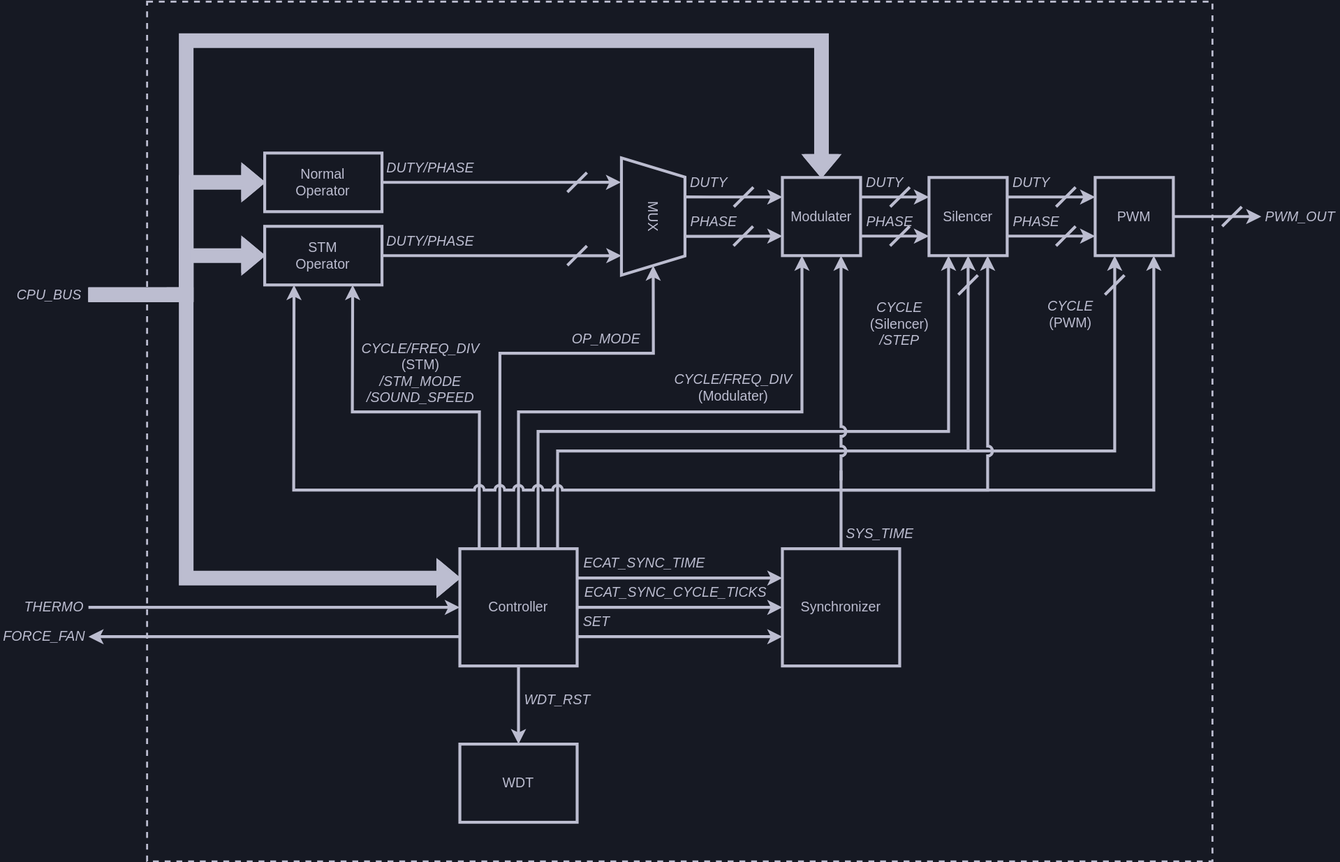
Before: docs/src/figs/overview.svg, a diagram exported from draw.io (shinolab/autd3-old-monorepo). Source tidied: cells renumbered, new cells last; positions are measured from the earlier drawing's top-left corner, leaving out a move shared by most shapes.
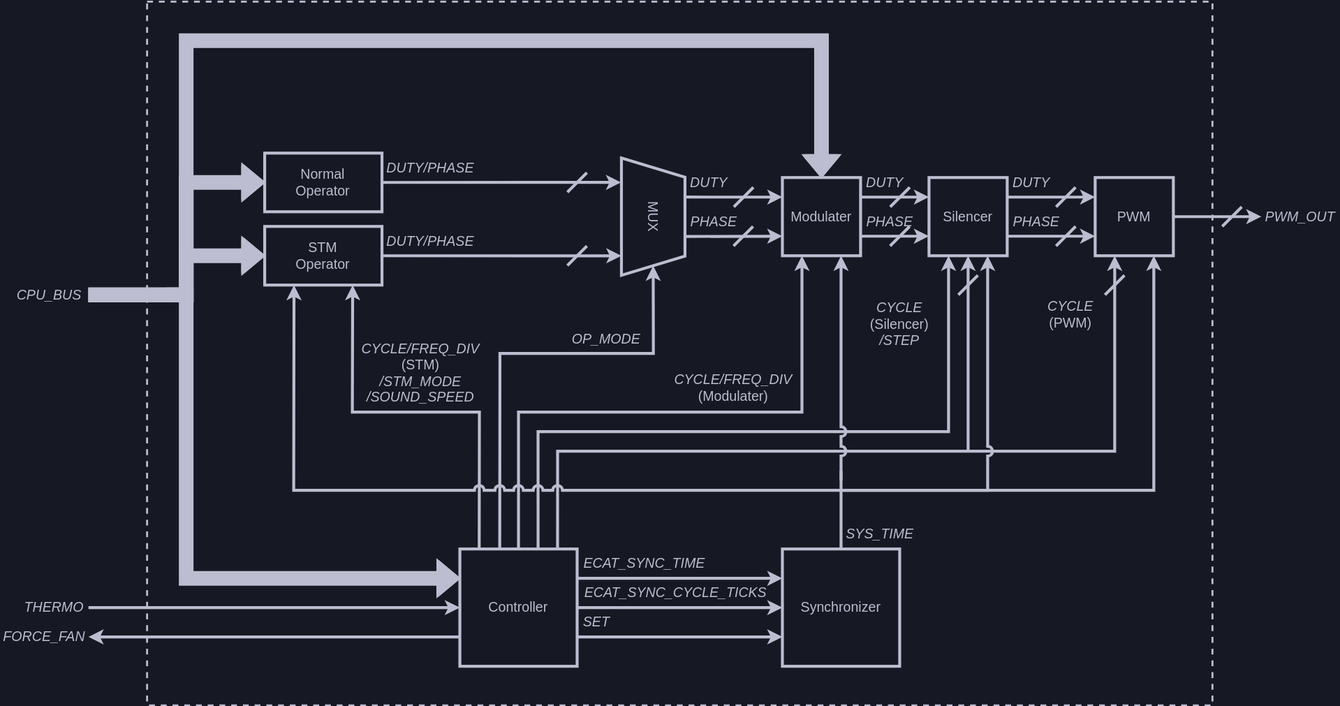
Above is the later version.

What changed in the source:
```diff
@@ -3,7 +3,7 @@
     <mxCell id="0" />
     <mxCell id="1" parent="0" />
     <mxCell id="2" style="rounded=0;whiteSpace=wrap;html=1;labelBackgroundColor=none;fontSize=14;fontColor=#BCBDD0;strokeColor=#bcbdd0;strokeWidth=2;fillColor=none;dashed=1;" parent="1" vertex="1">
-      <mxGeometry x="150" width="1090" height="880" as="geometry" />
+      <mxGeometry x="150" width="1090" height="720" as="geometry" />
     </mxCell>
     <mxCell id="3" value="PWM" style="rounded=0;whiteSpace=wrap;html=1;fillColor=none;strokeColor=#BCBDD0;fontColor=#BCBDD0;fontSize=14;strokeWidth=3;" parent="1" vertex="1">
       <mxGeometry x="1120" y="180" width="80" height="80" as="geometry" />
@@ -337,14 +337,5 @@
         <mxPoint x="860" y="480" as="targetPoint" />
       </mxGeometry>
     </mxCell>
-    <mxCell id="72" value="WDT" style="rounded=0;whiteSpace=wrap;html=1;fontFamily=Helvetica;fontSize=14;fontColor=#BCBDD0;strokeColor=#BCBDD0;strokeWidth=3;fillColor=none;" parent="1" vertex="1">
-      <mxGeometry x="470" y="760" width="120" height="80" as="geometry" />
-    </mxCell>
-    <mxCell id="73" style="endArrow=classic;html=1;rounded=0;labelBackgroundColor=default;fontFamily=Helvetica;fontSize=14;fontColor=#BCBDD0;strokeColor=#BCBDD0;strokeWidth=3;shape=connector;entryX=0.5;entryY=0;entryDx=0;entryDy=0;exitX=0.5;exitY=1;exitDx=0;exitDy=0;" parent="1" edge="1" source="25" target="72">
-      <mxGeometry relative="1" as="geometry" />
-    </mxCell>
-    <mxCell id="74" value="&lt;i style=&quot;font-size: 14px&quot;&gt;WDT_RST&lt;/i&gt;" style="text;html=1;strokeColor=none;fillColor=none;align=center;verticalAlign=middle;whiteSpace=wrap;rounded=0;fontFamily=Helvetica;fontSize=14;fontColor=#BCBDD0;" parent="1" vertex="1">
-      <mxGeometry x="530" y="700" width="80" height="30" as="geometry" />
-    </mxCell>
   </root>
 </mxGraphModel>
```
